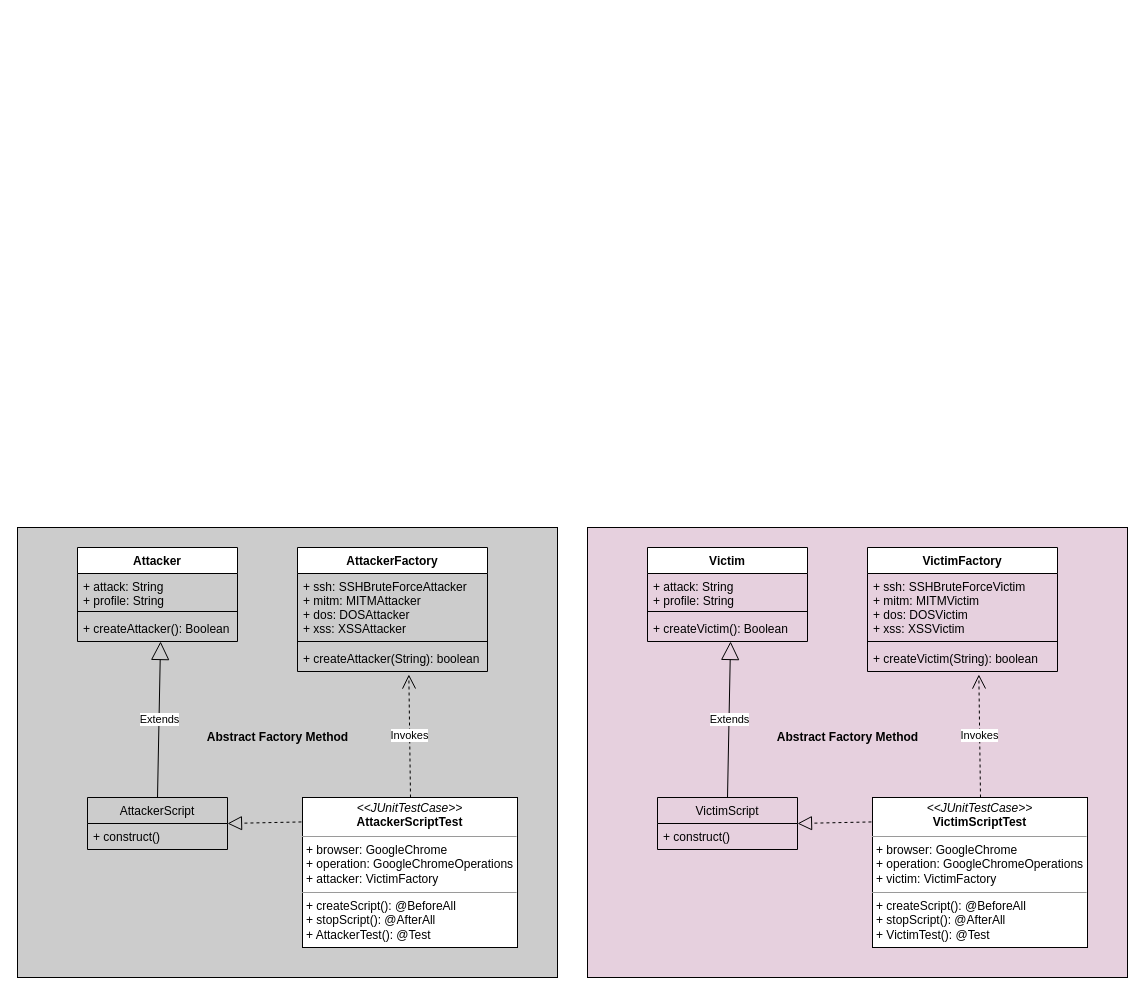
Before: Untitled Diagram.drawio in connormc1010/ZFAC025_Final_Project, a draw.io diagram. Source tidied: cells renumbered, new cells numbered last; positions are measured from the earlier drawing's top-left corner, leaving out a move shared by most shapes. Both pictures are drawn from the tidied source at 100%, with x=0, y=0 at pixel (17, 527).
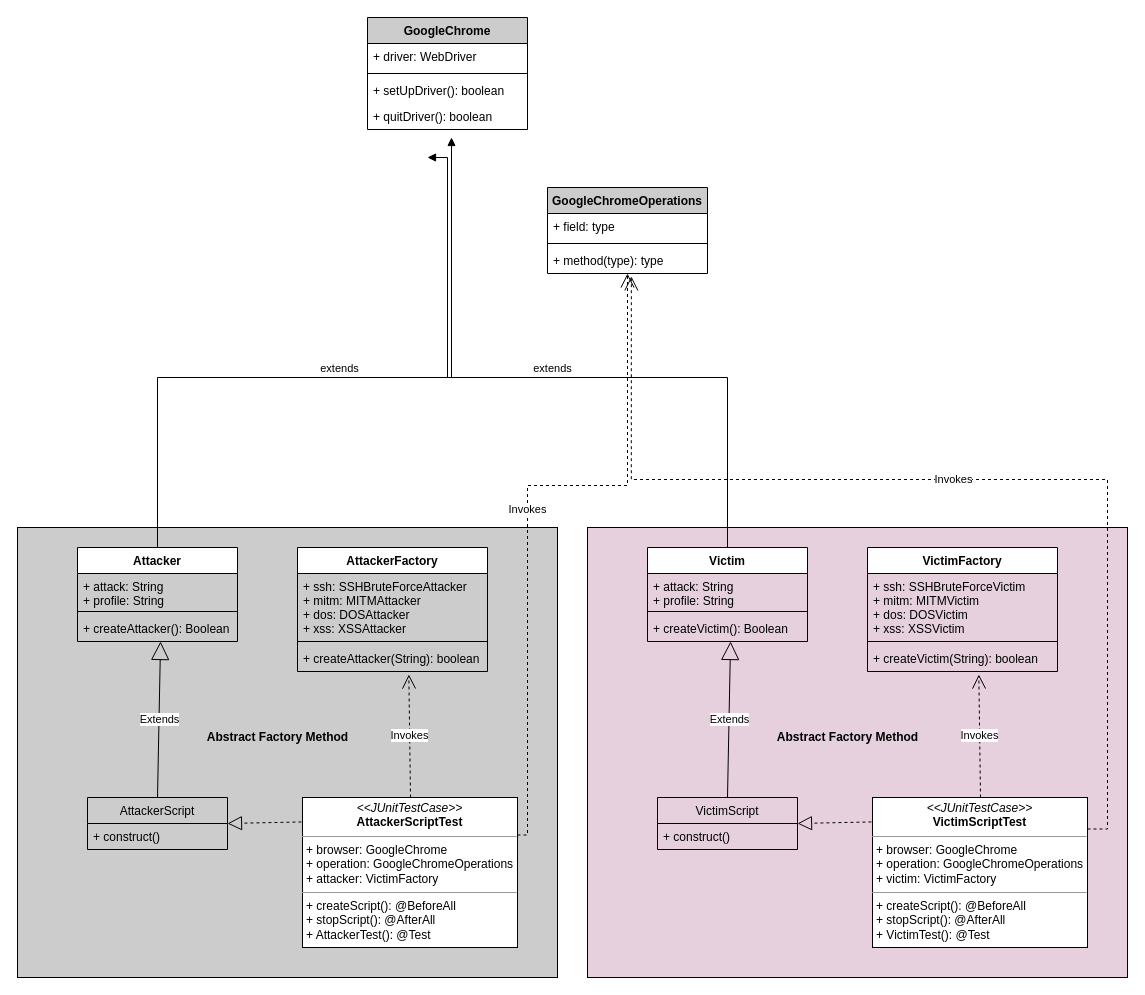
The same page after the edit.

Unchanged cells that the change refers to:
```xml
<mxCell id="3" value="Victim" style="swimlane;fontStyle=1;align=center;verticalAlign=top;horizontal=1;startSize=26;" parent="1" vertex="1">
  <mxGeometry x="630" y="20" width="160" height="94" as="geometry" />
</mxCell>
<mxCell id="19" value="Attacker" style="swimlane;fontStyle=1;align=center;verticalAlign=top;horizontal=1;startSize=26;" parent="1" vertex="1">
  <mxGeometry x="60" y="20" width="160" height="94" as="geometry" />
</mxCell>
<mxCell id="25" value="&lt;p style=&quot;margin: 0px ; margin-top: 4px ; text-align: center&quot;&gt;&lt;i&gt;&amp;lt;&amp;lt;JUnitTestCase&amp;gt;&amp;gt;&lt;/i&gt;&lt;br&gt;&lt;b&gt;AttackerScriptTest&lt;/b&gt;&lt;/p&gt;&lt;hr size=&quot;1&quot;&gt;&lt;p style=&quot;margin: 0px ; margin-left: 4px&quot;&gt;+ browser: GoogleChrome&lt;/p&gt;&lt;p style=&quot;margin: 0px ; margin-left: 4px&quot;&gt;+ operation: GoogleChromeOperations&lt;/p&gt;&lt;p style=&quot;margin: 0px ; margin-left: 4px&quot;&gt;+ attacker: VictimFactory&lt;/p&gt;&lt;hr size=&quot;1&quot;&gt;&lt;p style=&quot;margin: 0px ; margin-left: 4px&quot;&gt;+ createScript(): @BeforeAll&lt;/p&gt;&lt;p style=&quot;margin: 0px ; margin-left: 4px&quot;&gt;+ stopScript(): @AfterAll&lt;/p&gt;&lt;p style=&quot;margin: 0px ; margin-left: 4px&quot;&gt;+ AttackerTest(): @Test&lt;br&gt;&lt;br&gt;&lt;/p&gt;" style="verticalAlign=top;align=left;overflow=fill;fontSize=12;fontFamily=Helvetica;html=1;" parent="1" vertex="1">
  <mxGeometry x="285" y="270" width="215" height="150" as="geometry" />
</mxCell>
```

Diff of the diagram source:
```diff
@@
+    <mxCell id="34" value="GoogleChromeOperations" style="swimlane;fontStyle=1;align=center;verticalAlign=top;horizontal=1;startSize=26;fillColor=#CCCCCC;" parent="1" vertex="1">
+      <mxGeometry x="530" y="-340" width="160" height="86" as="geometry" />
+    </mxCell>
+    <mxCell id="35" value="+ field: type" style="text;strokeColor=none;fillColor=none;align=left;verticalAlign=top;spacingLeft=4;spacingRight=4;overflow=hidden;" parent="34" vertex="1">
+      <mxGeometry y="26" width="160" height="26" as="geometry" />
+    </mxCell>
+    <mxCell id="36" style="line;strokeWidth=1;fillColor=none;align=left;verticalAlign=middle;spacingTop=-1;spacingLeft=3;spacingRight=3;labelPosition=right;" parent="34" vertex="1">
+      <mxGeometry y="52" width="160" height="8" as="geometry" />
+    </mxCell>
+    <mxCell id="37" value="+ method(type): type" style="text;strokeColor=none;fillColor=none;align=left;verticalAlign=top;spacingLeft=4;spacingRight=4;overflow=hidden;points=[[0,0.5],[1,0.5]];portConstraint=eastwest;" parent="34" vertex="1">
+      <mxGeometry y="60" width="160" height="26" as="geometry" />
+    </mxCell>
+    <mxCell id="38" value="Invokes" style="endArrow=open;endSize=12;dashed=1;html=1;rounded=0;exitX=1;exitY=0.25;exitDx=0;exitDy=0;edgeStyle=orthogonalEdgeStyle;" parent="1" edge="1" source="25" target="37">
+      <mxGeometry relative="1" as="geometry">
+        <Array as="points">
+          <mxPoint x="510" y="308" />
+          <mxPoint x="510" y="-42" />
+          <mxPoint x="610" y="-42" />
+        </Array>
+      </mxGeometry>
+    </mxCell>
+    <mxCell id="39" value="GoogleChrome" style="swimlane;fontStyle=1;align=center;verticalAlign=top;horizontal=1;startSize=26;fillColor=#CCCCCC;" parent="1" vertex="1">
+      <mxGeometry x="350" y="-510" width="160" height="112" as="geometry" />
+    </mxCell>
+    <mxCell id="40" value="+ driver: WebDriver" style="text;strokeColor=none;fillColor=none;align=left;verticalAlign=top;spacingLeft=4;spacingRight=4;overflow=hidden;" parent="39" vertex="1">
+      <mxGeometry y="26" width="160" height="26" as="geometry" />
+    </mxCell>
+    <mxCell id="41" style="line;strokeWidth=1;fillColor=none;align=left;verticalAlign=middle;spacingTop=-1;spacingLeft=3;spacingRight=3;labelPosition=right;" parent="39" vertex="1">
+      <mxGeometry y="52" width="160" height="8" as="geometry" />
+    </mxCell>
+    <mxCell id="42" value="+ setUpDriver(): boolean" style="text;strokeColor=none;fillColor=none;align=left;verticalAlign=top;spacingLeft=4;spacingRight=4;overflow=hidden;" parent="39" vertex="1">
+      <mxGeometry y="60" width="160" height="26" as="geometry" />
+    </mxCell>
+    <mxCell id="43" value="+ quitDriver(): boolean" style="text;strokeColor=none;fillColor=none;align=left;verticalAlign=top;spacingLeft=4;spacingRight=4;overflow=hidden;" parent="39" vertex="1">
+      <mxGeometry y="86" width="160" height="26" as="geometry" />
+    </mxCell>
+    <mxCell id="44" value="extends" style="html=1;verticalAlign=bottom;endArrow=block;rounded=0;exitX=0.5;exitY=0;exitDx=0;exitDy=0;edgeStyle=orthogonalEdgeStyle;" parent="1" edge="1" source="19">
+      <mxGeometry relative="1" as="geometry">
+        <mxPoint x="434" y="-390" as="targetPoint" />
+        <Array as="points">
+          <mxPoint x="140" y="-150" />
+          <mxPoint x="434" y="-150" />
+        </Array>
+      </mxGeometry>
+    </mxCell>
+    <mxCell id="45" value="extends" style="html=1;verticalAlign=bottom;endArrow=block;rounded=0;exitX=0.5;exitY=0;exitDx=0;exitDy=0;edgeStyle=orthogonalEdgeStyle;" parent="1" edge="1" source="3">
+      <mxGeometry relative="1" as="geometry">
+        <mxPoint x="410" y="-370" as="targetPoint" />
+        <Array as="points">
+          <mxPoint x="710" y="-150" />
+          <mxPoint x="430" y="-150" />
+        </Array>
+      </mxGeometry>
+    </mxCell>
+    <mxCell id="46" value="Invokes" style="endArrow=open;endSize=12;dashed=1;html=1;rounded=0;exitX=1;exitY=0.25;exitDx=0;exitDy=0;edgeStyle=orthogonalEdgeStyle;entryX=0.524;entryY=1.11;entryDx=0;entryDy=0;entryPerimeter=0;" parent="1" edge="1" target="37">
+      <mxGeometry relative="1" as="geometry">
+        <mxPoint x="1070" y="301.5" as="sourcePoint" />
+        <Array as="points">
+          <mxPoint x="1090" y="302" />
+          <mxPoint x="1090" y="-48" />
+          <mxPoint x="614" y="-48" />
+        </Array>
+      </mxGeometry>
+    </mxCell>
```
